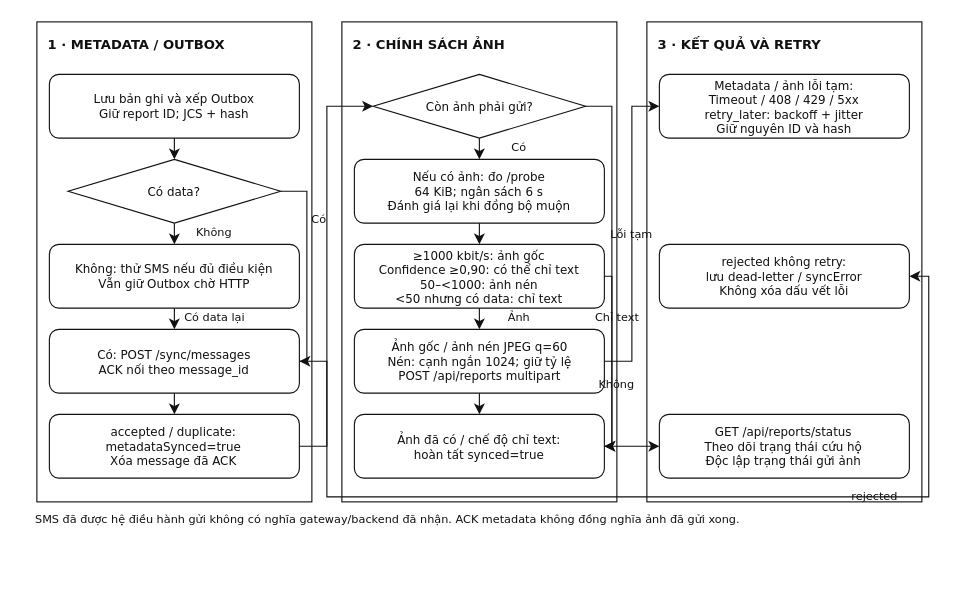
Earlier version of the draw.io diagram report/assets/diagrams/flow_03_adaptive_network_send.drawio (ngthtrong/nckh2). Source tidied: cells renumbered, new cells numbered last; positions are measured from the earlier drawing's top-left corner, leaving out a move shared by most shapes. Both pictures are drawn from the tidied source at 125%, with x=0, y=0 at pixel (35, 21).
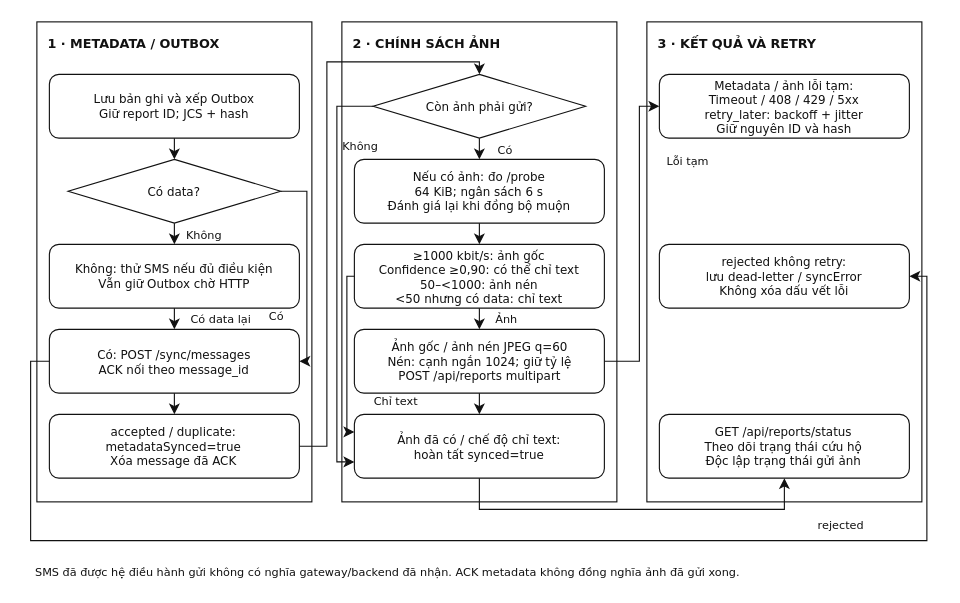
The same diagram, later.

Unchanged cells that the change refers to:
```xml
<mxCell id="14" style="rounded=1;fillColor=#FFFFFF;strokeColor=#111111;strokeWidth=0.9;dashed=0;" parent="1" vertex="1">
  <mxGeometry x="11" y="246" width="200" height="51" as="geometry" />
</mxCell>
<mxCell id="16" style="rounded=1;fillColor=#FFFFFF;strokeColor=#111111;strokeWidth=0.9;dashed=0;" parent="1" vertex="1">
  <mxGeometry x="11" y="314" width="200" height="51" as="geometry" />
</mxCell>
<mxCell id="18" style="rhombus;fillColor=#FFFFFF;strokeColor=#111111;strokeWidth=0.9;dashed=0;" parent="1" vertex="1">
  <mxGeometry x="270" y="42" width="170" height="51" as="geometry" />
</mxCell>
<mxCell id="22" style="rounded=1;fillColor=#FFFFFF;strokeColor=#111111;strokeWidth=0.9;dashed=0;" parent="1" vertex="1">
  <mxGeometry x="255" y="178" width="200" height="51" as="geometry" />
</mxCell>
<mxCell id="24" style="rounded=1;fillColor=#FFFFFF;strokeColor=#111111;strokeWidth=0.9;dashed=0;" parent="1" vertex="1">
  <mxGeometry x="255" y="246" width="200" height="51" as="geometry" />
</mxCell>
<mxCell id="26" style="rounded=1;fillColor=#FFFFFF;strokeColor=#111111;strokeWidth=0.9;dashed=0;" parent="1" vertex="1">
  <mxGeometry x="255" y="314" width="200" height="51" as="geometry" />
</mxCell>
<mxCell id="28" style="rounded=1;fillColor=#FFFFFF;strokeColor=#111111;strokeWidth=0.9;dashed=0;" parent="1" vertex="1">
  <mxGeometry x="499" y="42" width="200" height="51" as="geometry" />
</mxCell>
<mxCell id="30" style="rounded=1;fillColor=#FFFFFF;strokeColor=#111111;strokeWidth=0.9;dashed=0;" parent="1" vertex="1">
  <mxGeometry x="499" y="178" width="200" height="51" as="geometry" />
</mxCell>
<mxCell id="32" style="rounded=1;fillColor=#FFFFFF;strokeColor=#111111;strokeWidth=0.9;dashed=0;" parent="1" vertex="1">
  <mxGeometry x="499" y="314" width="200" height="51" as="geometry" />
</mxCell>
```

Diff of the diagram source:
```diff
@@
-    <mxCell id="3" value="&lt;div&gt;1 · METADATA / OUTBOX&lt;/div&gt;" style="text;html=1;whiteSpace=wrap;align=left;verticalAlign=middle;fontFamily=DejaVu Sans;fontSize=10.5;fontStyle=1;fontColor=#111111;spacing=0;overflow=visible;" parent="1" vertex="1">
-      <mxGeometry x="10" y="11.6" width="144.9" height="12.8" as="geometry" />
+    <mxCell id="3" value="&lt;div&gt;1 · METADATA / OUTBOX&lt;/div&gt;" style="text;html=1;whiteSpace=wrap;align=left;verticalAlign=middle;fontFamily=DejaVu Sans;fontSize=10.2;fontStyle=1;fontColor=#111111;spacing=0;overflow=visible;" parent="1" vertex="1">
+      <mxGeometry x="10" y="12" width="139.3" height="12.1" as="geometry" />
     </mxCell>
@@
-    <mxCell id="5" value="&lt;div&gt;2 · CHÍNH SÁCH ẢNH&lt;/div&gt;" style="text;html=1;whiteSpace=wrap;align=left;verticalAlign=middle;fontFamily=DejaVu Sans;fontSize=10.5;fontStyle=1;fontColor=#111111;spacing=0;overflow=visible;" parent="1" vertex="1">
-      <mxGeometry x="254" y="10.9" width="124.6" height="14.2" as="geometry" />
+    <mxCell id="5" value="&lt;div&gt;2 · CHÍNH SÁCH ẢNH&lt;/div&gt;" style="text;html=1;whiteSpace=wrap;align=left;verticalAlign=middle;fontFamily=DejaVu Sans;fontSize=10.2;fontStyle=1;fontColor=#111111;spacing=0;overflow=visible;" parent="1" vertex="1">
+      <mxGeometry x="254" y="11.6" width="119.4" height="12.8" as="geometry" />
     </mxCell>
@@
-    <mxCell id="7" value="&lt;div&gt;3 · KẾT QUẢ VÀ RETRY&lt;/div&gt;" style="text;html=1;whiteSpace=wrap;align=left;verticalAlign=middle;fontFamily=DejaVu Sans;fontSize=10.5;fontStyle=1;fontColor=#111111;spacing=0;overflow=visible;" parent="1" vertex="1">
-      <mxGeometry x="498" y="10.2" width="133.7" height="15.7" as="geometry" />
+    <mxCell id="7" value="&lt;div&gt;3 · KẾT QUẢ VÀ RETRY&lt;/div&gt;" style="text;html=1;whiteSpace=wrap;align=left;verticalAlign=middle;fontFamily=DejaVu Sans;fontSize=10.2;fontStyle=1;fontColor=#111111;spacing=0;overflow=visible;" parent="1" vertex="1">
+      <mxGeometry x="498" y="10.9" width="128.4" height="14.2" as="geometry" />
     </mxCell>
@@
+    <mxCell id="59" value="&lt;div&gt;Không&lt;/div&gt;" style="text;html=1;whiteSpace=wrap;align=center;verticalAlign=middle;fontFamily=DejaVu Sans;fontSize=9;fontStyle=0;fontColor=#111111;spacing=0;overflow=visible;" parent="1" vertex="1">
+      <mxGeometry x="119.8" y="165.3" width="30.4" height="11.4" as="geometry" />
+    </mxCell>
@@
-    <mxCell id="36" value="&lt;div&gt;Không&lt;/div&gt;" style="text;html=1;whiteSpace=wrap;align=center;verticalAlign=middle;fontFamily=DejaVu Sans;fontSize=9;fontStyle=0;fontColor=#111111;spacing=0;overflow=visible;" parent="1" vertex="1">
-      <mxGeometry x="127.8" y="163.3" width="30.4" height="11.4" as="geometry" />
-    </mxCell>
+    <mxCell id="60" value="&lt;div&gt;Có&lt;/div&gt;" style="text;html=1;whiteSpace=wrap;align=center;verticalAlign=middle;fontFamily=DejaVu Sans;fontSize=9;fontStyle=0;fontColor=#111111;spacing=0;overflow=visible;" parent="1" vertex="1">
+      <mxGeometry x="186.1" y="230.3" width="13.8" height="11.4" as="geometry" />
+    </mxCell>
@@
-    <mxCell id="38" value="&lt;div&gt;Có&lt;/div&gt;" style="text;html=1;whiteSpace=wrap;align=center;verticalAlign=middle;fontFamily=DejaVu Sans;fontSize=9;fontStyle=0;fontColor=#111111;spacing=0;overflow=visible;" parent="1" vertex="1">
-      <mxGeometry x="220.1" y="152.3" width="13.8" height="11.4" as="geometry" />
-    </mxCell>
+    <mxCell id="40" value="&lt;div&gt;Có data lại&lt;/div&gt;" style="text;html=1;whiteSpace=wrap;align=center;verticalAlign=middle;fontFamily=DejaVu Sans;fontSize=9;fontStyle=0;fontColor=#111111;spacing=0;overflow=visible;" parent="1" vertex="1">
+      <mxGeometry x="122.7" y="232.3" width="50.6" height="11.4" as="geometry" />
+    </mxCell>
@@
-    <mxCell id="40" value="&lt;div&gt;Có data lại&lt;/div&gt;" style="text;html=1;whiteSpace=wrap;align=center;verticalAlign=middle;fontFamily=DejaVu Sans;fontSize=9;fontStyle=0;fontColor=#111111;spacing=0;overflow=visible;" parent="1" vertex="1">
-      <mxGeometry x="117.7" y="231.3" width="50.6" height="11.4" as="geometry" />
-    </mxCell>
@@
-    <mxCell id="42" style="html=1;rounded=0;strokeColor=#111111;strokeWidth=0.9;dashed=0;endArrow=classic;startArrow=none;exitX=1.0;exitY=0.5;entryX=0.0;entryY=0.5;" parent="1" edge="1" source="16" target="18">
+    <mxCell id="42" style="html=1;rounded=0;strokeColor=#111111;strokeWidth=0.9;dashed=0;endArrow=classic;startArrow=none;exitX=1.0;exitY=0.5;entryX=0.5;entryY=0.0;" parent="1" edge="1" source="16" target="18">
       <mxGeometry relative="1" as="geometry">
         <Array as="points">
           <mxPoint x="233" y="339.5" />
-          <mxPoint x="233" y="67.5" />
+          <mxPoint x="233" y="32" />
+          <mxPoint x="355" y="32" />
         </Array>
       </mxGeometry>
     </mxCell>
+    <mxCell id="61" value="&lt;div&gt;Có&lt;/div&gt;" style="text;html=1;whiteSpace=wrap;align=center;verticalAlign=middle;fontFamily=DejaVu Sans;fontSize=9;fontStyle=0;fontColor=#111111;spacing=0;overflow=visible;" parent="1" vertex="1">
+      <mxGeometry x="369.1" y="97.3" width="13.8" height="11.4" as="geometry" />
+    </mxCell>
@@
-    <mxCell id="44" value="&lt;div&gt;Có&lt;/div&gt;" style="text;html=1;whiteSpace=wrap;align=center;verticalAlign=middle;fontFamily=DejaVu Sans;fontSize=9;fontStyle=0;fontColor=#111111;spacing=0;overflow=visible;" parent="1" vertex="1">
-      <mxGeometry x="380.1" y="95.3" width="13.8" height="11.4" as="geometry" />
-    </mxCell>
+    <mxCell id="62" value="&lt;div&gt;Không&lt;/div&gt;" style="text;html=1;whiteSpace=wrap;align=center;verticalAlign=middle;fontFamily=DejaVu Sans;fontSize=9;fontStyle=0;fontColor=#111111;spacing=0;overflow=visible;" parent="1" vertex="1">
+      <mxGeometry x="244.8" y="94.3" width="30.4" height="11.4" as="geometry" />
+    </mxCell>
-    <mxCell id="45" style="html=1;rounded=0;strokeColor=#111111;strokeWidth=0.9;dashed=0;endArrow=classic;startArrow=none;exitX=1.0;exitY=0.5;entryX=1.0;entryY=0.5;" parent="1" edge="1" source="18" target="26">
+    <mxCell id="45" style="html=1;rounded=0;strokeColor=#111111;strokeWidth=0.9;dashed=0;endArrow=classic;startArrow=none;exitX=0.0;exitY=0.5;entryX=0.0;entryY=0.7450980392156863;" parent="1" edge="1" source="18" target="26">
       <mxGeometry relative="1" as="geometry">
         <Array as="points">
-          <mxPoint x="461" y="67.5" />
-          <mxPoint x="461" y="339.5" />
+          <mxPoint x="241" y="67.5" />
+          <mxPoint x="241" y="352" />
         </Array>
       </mxGeometry>
     </mxCell>
-    <mxCell id="46" value="&lt;div&gt;Không&lt;/div&gt;" style="text;html=1;whiteSpace=wrap;align=center;verticalAlign=middle;fontFamily=DejaVu Sans;fontSize=9;fontStyle=0;fontColor=#111111;spacing=0;overflow=visible;" parent="1" vertex="1">
-      <mxGeometry x="449.8" y="284.3" width="30.4" height="11.4" as="geometry" />
-    </mxCell>
@@
+    <mxCell id="49" value="&lt;div&gt;Ảnh&lt;/div&gt;" style="text;html=1;whiteSpace=wrap;align=center;verticalAlign=middle;fontFamily=DejaVu Sans;fontSize=9;fontStyle=0;fontColor=#111111;spacing=0;overflow=visible;" parent="1" vertex="1">
+      <mxGeometry x="367.3" y="232.3" width="19.5" height="11.4" as="geometry" />
+    </mxCell>
@@
-    <mxCell id="49" value="&lt;div&gt;Ảnh&lt;/div&gt;" style="text;html=1;whiteSpace=wrap;align=center;verticalAlign=middle;fontFamily=DejaVu Sans;fontSize=9;fontStyle=0;fontColor=#111111;spacing=0;overflow=visible;" parent="1" vertex="1">
-      <mxGeometry x="377.3" y="231.3" width="19.5" height="11.4" as="geometry" />
-    </mxCell>
+    <mxCell id="51" value="&lt;div&gt;Chỉ text&lt;/div&gt;" style="text;html=1;whiteSpace=wrap;align=center;verticalAlign=middle;fontFamily=DejaVu Sans;fontSize=9;fontStyle=0;fontColor=#111111;spacing=0;overflow=visible;" parent="1" vertex="1">
+      <mxGeometry x="269.5" y="298.3" width="37.1" height="11.4" as="geometry" />
+    </mxCell>
-    <mxCell id="50" style="html=1;rounded=0;strokeColor=#111111;strokeWidth=0.9;dashed=0;endArrow=classic;startArrow=none;exitX=1.0;exitY=0.5;entryX=1.0;entryY=0.5;" parent="1" edge="1" source="22" target="26">
+    <mxCell id="50" style="html=1;rounded=0;strokeColor=#111111;strokeWidth=0.9;dashed=0;endArrow=classic;startArrow=none;exitX=0.0;exitY=0.5;entryX=0.0;entryY=0.27450980392156865;" parent="1" edge="1" source="22" target="26">
       <mxGeometry relative="1" as="geometry">
         <Array as="points">
-          <mxPoint x="461" y="203.5" />
-          <mxPoint x="461" y="339.5" />
+          <mxPoint x="249" y="203.5" />
+          <mxPoint x="249" y="328" />
         </Array>
       </mxGeometry>
     </mxCell>
-    <mxCell id="51" value="&lt;div&gt;Chỉ text&lt;/div&gt;" style="text;html=1;whiteSpace=wrap;align=center;verticalAlign=middle;fontFamily=DejaVu Sans;fontSize=9;fontStyle=0;fontColor=#111111;spacing=0;overflow=visible;" parent="1" vertex="1">
-      <mxGeometry x="446.5" y="231.3" width="37.1" height="11.4" as="geometry" />
-    </mxCell>
@@
-    <mxCell id="53" style="html=1;rounded=0;strokeColor=#111111;strokeWidth=0.9;dashed=0;endArrow=classic;startArrow=none;exitX=1.0;exitY=0.5;entryX=0.0;entryY=0.5;" parent="1" edge="1" source="26" target="32">
+    <mxCell id="53" style="html=1;rounded=0;strokeColor=#111111;strokeWidth=0.9;dashed=0;endArrow=classic;startArrow=none;exitX=0.5;exitY=1.0;entryX=0.5;entryY=1.0;" parent="1" edge="1" source="26" target="32">
       <mxGeometry relative="1" as="geometry">
         <Array as="points">
-          <mxPoint x="477" y="339.5" />
-          <mxPoint x="477" y="339.5" />
+          <mxPoint x="355" y="390" />
+          <mxPoint x="599" y="390" />
         </Array>
       </mxGeometry>
     </mxCell>
+    <mxCell id="55" value="&lt;div&gt;Lỗi tạm&lt;/div&gt;" style="text;html=1;whiteSpace=wrap;align=center;verticalAlign=middle;fontFamily=DejaVu Sans;fontSize=9;fontStyle=0;fontColor=#111111;spacing=0;overflow=visible;" parent="1" vertex="1">
+      <mxGeometry x="504.1" y="106.3" width="35.8" height="11.4" as="geometry" />
+    </mxCell>
     <mxCell id="54" style="html=1;rounded=0;strokeColor=#111111;strokeWidth=0.9;dashed=0;endArrow=classic;startArrow=none;exitX=1.0;exitY=0.5;entryX=0.0;entryY=0.5;" parent="1" edge="1" source="24" target="28">
       <mxGeometry relative="1" as="geometry">
         <Array as="points">
-          <mxPoint x="477" y="271.5" />
-          <mxPoint x="477" y="67.5" />
+          <mxPoint x="483" y="271.5" />
+          <mxPoint x="483" y="67.5" />
         </Array>
       </mxGeometry>
     </mxCell>
-    <mxCell id="55" value="&lt;div&gt;Lỗi tạm&lt;/div&gt;" style="text;html=1;whiteSpace=wrap;align=center;verticalAlign=middle;fontFamily=DejaVu Sans;fontSize=9;fontStyle=0;fontColor=#111111;spacing=0;overflow=visible;" parent="1" vertex="1">
-      <mxGeometry x="459.1" y="163.8" width="35.8" height="11.4" as="geometry" />
-    </mxCell>
+    <mxCell id="57" value="&lt;div&gt;rejected&lt;/div&gt;" style="text;html=1;whiteSpace=wrap;align=center;verticalAlign=middle;fontFamily=DejaVu Sans;fontSize=9;fontStyle=0;fontColor=#111111;spacing=0;overflow=visible;" parent="1" vertex="1">
+      <mxGeometry x="624.5" y="397.3" width="39.1" height="11.4" as="geometry" />
+    </mxCell>
-    <mxCell id="56" style="html=1;rounded=0;strokeColor=#111111;strokeWidth=0.9;dashed=0;endArrow=classic;startArrow=none;exitX=1.0;exitY=0.5;entryX=1.0;entryY=0.5;" parent="1" edge="1" source="14" target="30">
+    <mxCell id="56" style="html=1;rounded=0;strokeColor=#111111;strokeWidth=0.9;dashed=0;endArrow=classic;startArrow=none;exitX=0.0;exitY=0.5;entryX=1.0;entryY=0.5;" parent="1" edge="1" source="14" target="30">
       <mxGeometry relative="1" as="geometry">
         <Array as="points">
-          <mxPoint x="233" y="271.5" />
-          <mxPoint x="233" y="380" />
-          <mxPoint x="714.5" y="380" />
-          <mxPoint x="714.5" y="203.5" />
+          <mxPoint x="-4" y="271.5" />
+          <mxPoint x="-4" y="415" />
+          <mxPoint x="713" y="415" />
+          <mxPoint x="713" y="203.5" />
         </Array>
       </mxGeometry>
     </mxCell>
-    <mxCell id="57" value="&lt;div&gt;rejected&lt;/div&gt;" style="text;html=1;whiteSpace=wrap;align=center;verticalAlign=middle;fontFamily=DejaVu Sans;fontSize=9;fontStyle=0;fontColor=#111111;spacing=0;overflow=visible;" parent="1" vertex="1">
-      <mxGeometry x="651.5" y="374.3" width="39.1" height="11.4" as="geometry" />
-    </mxCell>
     <mxCell id="58" value="&lt;div&gt;SMS đã được hệ điều hành gửi không có nghĩa gateway/backend đã nhận. ACK metadata không đồng nghĩa ảnh đã gửi xong.&lt;/div&gt;" style="text;html=1;whiteSpace=wrap;align=left;verticalAlign=middle;fontFamily=DejaVu Sans;fontSize=9;fontStyle=0;fontColor=#111111;spacing=0;overflow=visible;" parent="1" vertex="1">
-      <mxGeometry y="392" width="567.4" height="12" as="geometry" />
+      <mxGeometry y="435" width="567.4" height="12" as="geometry" />
     </mxCell>
```
